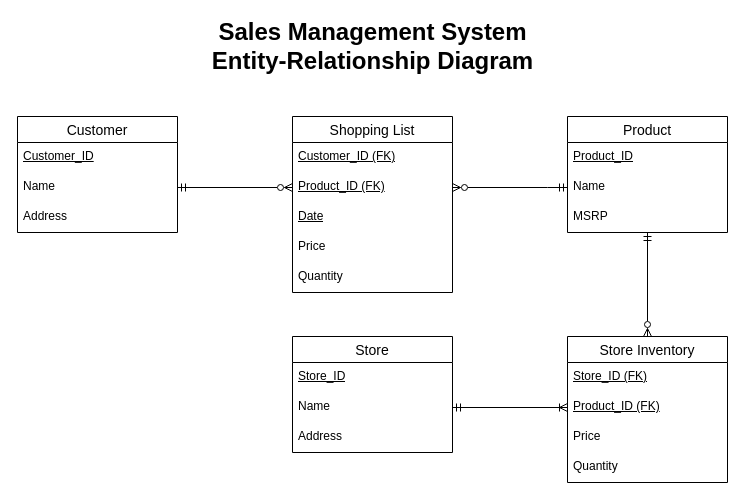
Earlier version of the draw.io diagram Sales Management System ERD.drawio (HLiew97/CIS-3060). Source tidied: cells renumbered, new cells numbered last; positions are measured from the earlier drawing's top-left corner, leaving out a move shared by most shapes. Both pictures are drawn from the tidied source at 100%, with x=0, y=0 at pixel (17, 26).
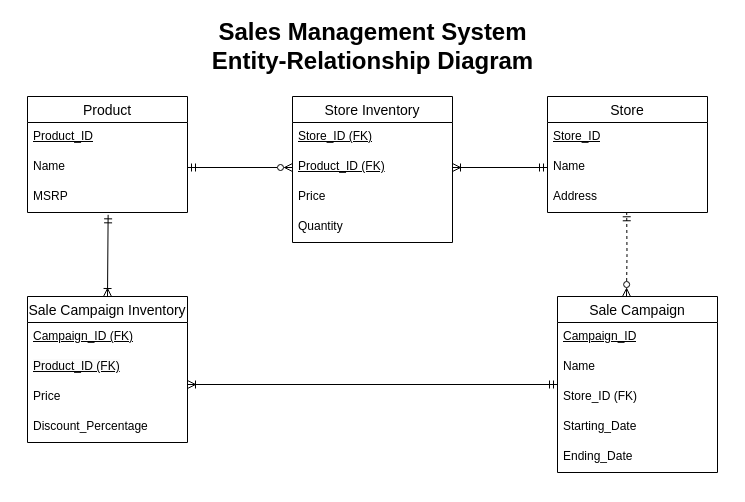
Above is the later version.

Unchanged cells that the change refers to:
```xml
<mxCell id="8" value="Name" style="text;strokeColor=none;fillColor=none;spacingLeft=4;spacingRight=4;overflow=hidden;points=[[0,0.5],[1,0.5]];portConstraint=eastwest;fontSize=12;whiteSpace=wrap;html=1;" parent="6" vertex="1">
  <mxGeometry y="56" width="160" height="30" as="geometry" />
</mxCell>
<mxCell id="9" value="Address" style="text;strokeColor=none;fillColor=none;spacingLeft=4;spacingRight=4;overflow=hidden;points=[[0,0.5],[1,0.5]];portConstraint=eastwest;fontSize=12;whiteSpace=wrap;html=1;" parent="6" vertex="1">
  <mxGeometry y="86" width="160" height="30" as="geometry" />
</mxCell>
<mxCell id="12" value="Name" style="text;strokeColor=none;fillColor=none;spacingLeft=4;spacingRight=4;overflow=hidden;points=[[0,0.5],[1,0.5]];portConstraint=eastwest;fontSize=12;whiteSpace=wrap;html=1;" parent="10" vertex="1">
  <mxGeometry y="56" width="160" height="30" as="geometry" />
</mxCell>
<mxCell id="13" value="MSRP" style="text;strokeColor=none;fillColor=none;spacingLeft=4;spacingRight=4;overflow=hidden;points=[[0,0.5],[1,0.5]];portConstraint=eastwest;fontSize=12;whiteSpace=wrap;html=1;" parent="10" vertex="1">
  <mxGeometry y="86" width="160" height="30" as="geometry" />
</mxCell>
<mxCell id="23" value="Product_ID (FK)" style="text;strokeColor=none;fillColor=none;spacingLeft=4;spacingRight=4;overflow=hidden;points=[[0,0.5],[1,0.5]];portConstraint=eastwest;fontSize=12;whiteSpace=wrap;html=1;fontStyle=4;" parent="21" vertex="1">
  <mxGeometry y="56" width="160" height="30" as="geometry" />
</mxCell>
```

The edit, as a diff of the source:
```diff
@@
-    <mxCell id="2" value="Customer" style="swimlane;fontStyle=0;horizontal=1;startSize=26;align=center;fontSize=14;" parent="1" vertex="1">
-      <mxGeometry y="90" width="160" height="116" as="geometry" />
-    </mxCell>
-    <mxCell id="3" value="Customer_ID" style="text;strokeColor=none;fillColor=none;spacingLeft=4;spacingRight=4;overflow=hidden;fontSize=12;whiteSpace=wrap;html=1;fontStyle=4;" parent="2" vertex="1">
-      <mxGeometry y="26" width="160" height="30" as="geometry" />
-    </mxCell>
-    <mxCell id="4" value="Name" style="text;strokeColor=none;fillColor=none;spacingLeft=4;spacingRight=4;overflow=hidden;points=[[0,0.5],[1,0.5]];portConstraint=eastwest;fontSize=12;whiteSpace=wrap;html=1;" parent="2" vertex="1">
-      <mxGeometry y="56" width="160" height="30" as="geometry" />
-    </mxCell>
-    <mxCell id="5" value="Address" style="text;strokeColor=none;fillColor=none;spacingLeft=4;spacingRight=4;overflow=hidden;fontSize=12;whiteSpace=wrap;html=1;" parent="2" vertex="1">
-      <mxGeometry y="86" width="160" height="30" as="geometry" />
-    </mxCell>
     <mxCell id="6" value="Store" style="swimlane;fontStyle=0;horizontal=1;startSize=26;align=center;fontSize=14;" parent="1" vertex="1">
-      <mxGeometry x="275" y="310" width="160" height="116" as="geometry" />
+      <mxGeometry x="530" y="70" width="160" height="116" as="geometry" />
     </mxCell>
@@
+    <mxCell id="30" value="Sale Campaign Inventory" style="swimlane;fontStyle=0;horizontal=1;startSize=26;align=center;fontSize=14;" parent="1" vertex="1">
+      <mxGeometry x="10" y="270" width="160" height="146" as="geometry" />
+    </mxCell>
+    <mxCell id="31" value="Campaign_ID (FK)" style="text;strokeColor=none;fillColor=none;spacingLeft=4;spacingRight=4;overflow=hidden;fontSize=12;whiteSpace=wrap;html=1;fontStyle=4;" parent="30" vertex="1">
+      <mxGeometry y="26" width="160" height="30" as="geometry" />
+    </mxCell>
+    <mxCell id="16" value="&lt;span style=&quot;color: rgb(0, 0, 0); font-family: Helvetica; font-size: 12px; font-style: normal; font-variant-ligatures: normal; font-variant-caps: normal; font-weight: 400; letter-spacing: normal; orphans: 2; text-align: left; text-indent: 0px; text-transform: none; widows: 2; word-spacing: 0px; -webkit-text-stroke-width: 0px; white-space: normal; background-color: rgb(251, 251, 251); text-decoration-thickness: initial; text-decoration-style: initial; text-decoration-color: initial; display: inline !important; float: none;&quot;&gt;Product_ID (FK)&lt;/span&gt;&lt;div&gt;&lt;br/&gt;&lt;/div&gt;" style="text;strokeColor=none;fillColor=none;spacingLeft=4;spacingRight=4;overflow=hidden;points=[[0,0.5],[1,0.5]];portConstraint=eastwest;fontSize=12;whiteSpace=wrap;html=1;fontStyle=4;" parent="30" vertex="1">
+      <mxGeometry y="56" width="160" height="30" as="geometry" />
+    </mxCell>
+    <mxCell id="18" value="Price" style="text;strokeColor=none;fillColor=none;spacingLeft=4;spacingRight=4;overflow=hidden;fontSize=12;whiteSpace=wrap;html=1;" parent="30" vertex="1">
+      <mxGeometry y="86" width="160" height="30" as="geometry" />
+    </mxCell>
+    <mxCell id="32" value="Discount_Percentage" style="text;strokeColor=none;fillColor=none;spacingLeft=4;spacingRight=4;overflow=hidden;fontSize=12;whiteSpace=wrap;html=1;" parent="30" vertex="1">
+      <mxGeometry y="116" width="160" height="30" as="geometry" />
+    </mxCell>
+    <mxCell id="33" style="rounded=0;jettySize=auto;html=1;endArrow=ERoneToMany;endFill=0;startArrow=ERmandOne;startFill=0;" parent="1" edge="1" source="34">
+      <mxGeometry relative="1" as="geometry">
+        <mxPoint x="170" y="358" as="targetPoint" />
+      </mxGeometry>
+    </mxCell>
+    <mxCell id="34" value="Sale Campaign" style="swimlane;fontStyle=0;horizontal=1;startSize=26;align=center;fontSize=14;" parent="1" vertex="1">
+      <mxGeometry x="540" y="270" width="160" height="176" as="geometry" />
+    </mxCell>
+    <mxCell id="35" value="Campaign_ID" style="text;strokeColor=none;fillColor=none;spacingLeft=4;spacingRight=4;overflow=hidden;fontSize=12;whiteSpace=wrap;html=1;fontStyle=4;" parent="34" vertex="1">
+      <mxGeometry y="26" width="160" height="30" as="geometry" />
+    </mxCell>
+    <mxCell id="4" value="Name" style="text;strokeColor=none;fillColor=none;spacingLeft=4;spacingRight=4;overflow=hidden;points=[[0,0.5],[1,0.5]];portConstraint=eastwest;fontSize=12;whiteSpace=wrap;html=1;" parent="34" vertex="1">
+      <mxGeometry y="56" width="160" height="30" as="geometry" />
+    </mxCell>
+    <mxCell id="36" value="Store_ID (FK)" style="text;strokeColor=none;fillColor=none;spacingLeft=4;spacingRight=4;overflow=hidden;fontSize=12;whiteSpace=wrap;html=1;" parent="34" vertex="1">
+      <mxGeometry y="86" width="160" height="30" as="geometry" />
+    </mxCell>
+    <mxCell id="37" value="Starting_Date" style="text;strokeColor=none;fillColor=none;spacingLeft=4;spacingRight=4;overflow=hidden;fontSize=12;whiteSpace=wrap;html=1;" parent="34" vertex="1">
+      <mxGeometry y="116" width="160" height="30" as="geometry" />
+    </mxCell>
+    <mxCell id="38" value="Ending_Date" style="text;strokeColor=none;fillColor=none;spacingLeft=4;spacingRight=4;overflow=hidden;fontSize=12;whiteSpace=wrap;html=1;" parent="34" vertex="1">
+      <mxGeometry y="146" width="160" height="30" as="geometry" />
+    </mxCell>
     <mxCell id="10" value="Product" style="swimlane;fontStyle=0;horizontal=1;startSize=26;align=center;fontSize=14;" parent="1" vertex="1">
-      <mxGeometry x="550" y="90" width="160" height="116" as="geometry" />
+      <mxGeometry x="10" y="70" width="160" height="116" as="geometry" />
     </mxCell>
@@
-    <mxCell id="14" value="Shopping List" style="swimlane;fontStyle=0;horizontal=1;startSize=26;align=center;fontSize=14;" parent="1" vertex="1">
-      <mxGeometry x="275" y="90" width="160" height="176" as="geometry" />
-    </mxCell>
-    <mxCell id="15" value="Customer_ID (FK)" style="text;strokeColor=none;fillColor=none;spacingLeft=4;spacingRight=4;overflow=hidden;fontSize=12;whiteSpace=wrap;html=1;fontStyle=4;" parent="14" vertex="1">
-      <mxGeometry y="26" width="160" height="30" as="geometry" />
-    </mxCell>
-    <mxCell id="16" value="Product_ID (FK)" style="text;strokeColor=none;fillColor=none;spacingLeft=4;spacingRight=4;overflow=hidden;points=[[0,0.5],[1,0.5]];portConstraint=eastwest;fontSize=12;whiteSpace=wrap;html=1;fontStyle=4;" parent="14" vertex="1">
-      <mxGeometry y="56" width="160" height="30" as="geometry" />
-    </mxCell>
-    <mxCell id="17" value="Date" style="text;strokeColor=none;fillColor=none;spacingLeft=4;spacingRight=4;overflow=hidden;fontSize=12;whiteSpace=wrap;html=1;fontStyle=4;" parent="14" vertex="1">
-      <mxGeometry y="86" width="160" height="30" as="geometry" />
-    </mxCell>
-    <mxCell id="18" value="Price" style="text;strokeColor=none;fillColor=none;spacingLeft=4;spacingRight=4;overflow=hidden;fontSize=12;whiteSpace=wrap;html=1;fontStyle=0;" parent="14" vertex="1">
-      <mxGeometry y="116" width="160" height="30" as="geometry" />
-    </mxCell>
-    <mxCell id="19" value="Quantity" style="text;strokeColor=none;fillColor=none;spacingLeft=4;spacingRight=4;overflow=hidden;fontSize=12;whiteSpace=wrap;html=1;fontStyle=0;" parent="14" vertex="1">
-      <mxGeometry y="146" width="160" height="30" as="geometry" />
-    </mxCell>
-    <mxCell id="20" style="edgeStyle=orthogonalEdgeStyle;shape=connector;rounded=0;jettySize=auto;html=1;strokeColor=default;align=center;verticalAlign=middle;fontFamily=Helvetica;fontSize=11;fontColor=default;labelBackgroundColor=default;endArrow=ERmandOne;endFill=0;entryX=0.5;entryY=1;entryDx=0;entryDy=0;startArrow=ERzeroToMany;startFill=0;" parent="1" edge="1" source="21" target="10">
+    <mxCell id="20" style="edgeStyle=orthogonalEdgeStyle;shape=connector;rounded=0;jettySize=auto;html=1;strokeColor=default;align=center;verticalAlign=middle;fontFamily=Helvetica;fontSize=11;fontColor=default;labelBackgroundColor=default;endArrow=ERmandOne;endFill=0;startArrow=ERzeroToMany;startFill=0;entryX=1;entryY=0.5;entryDx=0;entryDy=0;exitX=0;exitY=0.5;exitDx=0;exitDy=0;" parent="1" edge="1" source="23" target="12">
       <mxGeometry relative="1" as="geometry" />
     </mxCell>
     <mxCell id="21" value="Store Inventory" style="swimlane;fontStyle=0;horizontal=1;startSize=26;align=center;fontSize=14;" parent="1" vertex="1">
-      <mxGeometry x="550" y="310" width="160" height="146" as="geometry" />
+      <mxGeometry x="275" y="70" width="160" height="146" as="geometry" />
     </mxCell>
@@
-    <mxCell id="27" style="edgeStyle=orthogonalEdgeStyle;rounded=0;jettySize=auto;html=1;entryX=0;entryY=0.5;entryDx=0;entryDy=0;endArrow=ERzeroToMany;endFill=0;startArrow=ERmandOne;startFill=0;" parent="1" edge="1" source="4" target="16">
-      <mxGeometry relative="1" as="geometry" />
-    </mxCell>
-    <mxCell id="28" style="edgeStyle=orthogonalEdgeStyle;shape=connector;rounded=0;jettySize=auto;html=1;entryX=1;entryY=0.5;entryDx=0;entryDy=0;strokeColor=default;align=center;verticalAlign=middle;fontFamily=Helvetica;fontSize=11;fontColor=default;labelBackgroundColor=default;endArrow=ERzeroToMany;endFill=0;startArrow=ERmandOne;startFill=0;exitX=0;exitY=0.5;exitDx=0;exitDy=0;" parent="1" edge="1" source="12" target="16">
-      <mxGeometry relative="1" as="geometry">
-        <Array as="points">
-          <mxPoint x="530" y="161" />
-          <mxPoint x="530" y="161" />
-        </Array>
-      </mxGeometry>
-    </mxCell>
-    <mxCell id="29" style="edgeStyle=orthogonalEdgeStyle;shape=connector;rounded=0;jettySize=auto;html=1;entryX=0;entryY=0.5;entryDx=0;entryDy=0;strokeColor=default;align=center;verticalAlign=middle;fontFamily=Helvetica;fontSize=11;fontColor=default;labelBackgroundColor=default;endArrow=ERoneToMany;endFill=0;startArrow=ERmandOne;startFill=0;" parent="1" edge="1" source="8" target="23">
+    <mxCell id="29" style="edgeStyle=orthogonalEdgeStyle;shape=connector;rounded=0;jettySize=auto;html=1;strokeColor=default;align=center;verticalAlign=middle;fontFamily=Helvetica;fontSize=11;fontColor=default;labelBackgroundColor=default;endArrow=ERoneToMany;endFill=0;startArrow=ERmandOne;startFill=0;exitX=0;exitY=0.5;exitDx=0;exitDy=0;entryX=1;entryY=0.5;entryDx=0;entryDy=0;" parent="1" edge="1" source="8" target="23">
       <mxGeometry relative="1" as="geometry" />
     </mxCell>
+    <mxCell id="39" style="edgeStyle=orthogonalEdgeStyle;rounded=0;jettySize=auto;html=1;endArrow=ERmandOne;endFill=0;startArrow=ERzeroToMany;startFill=0;entryX=0.495;entryY=1.009;entryDx=0;entryDy=0;dashed=1;entryPerimeter=0;" parent="1" edge="1" target="9">
+      <mxGeometry relative="1" as="geometry">
+        <mxPoint x="609" y="270" as="sourcePoint" />
+      </mxGeometry>
+    </mxCell>
+    <mxCell id="40" style="rounded=0;jettySize=auto;html=1;endArrow=ERmandOne;endFill=0;startArrow=ERoneToMany;startFill=0;exitX=0.5;exitY=0;exitDx=0;exitDy=0;entryX=0.504;entryY=1.078;entryDx=0;entryDy=0;entryPerimeter=0;" parent="1" edge="1" source="30" target="13">
+      <mxGeometry relative="1" as="geometry" />
+    </mxCell>
```
